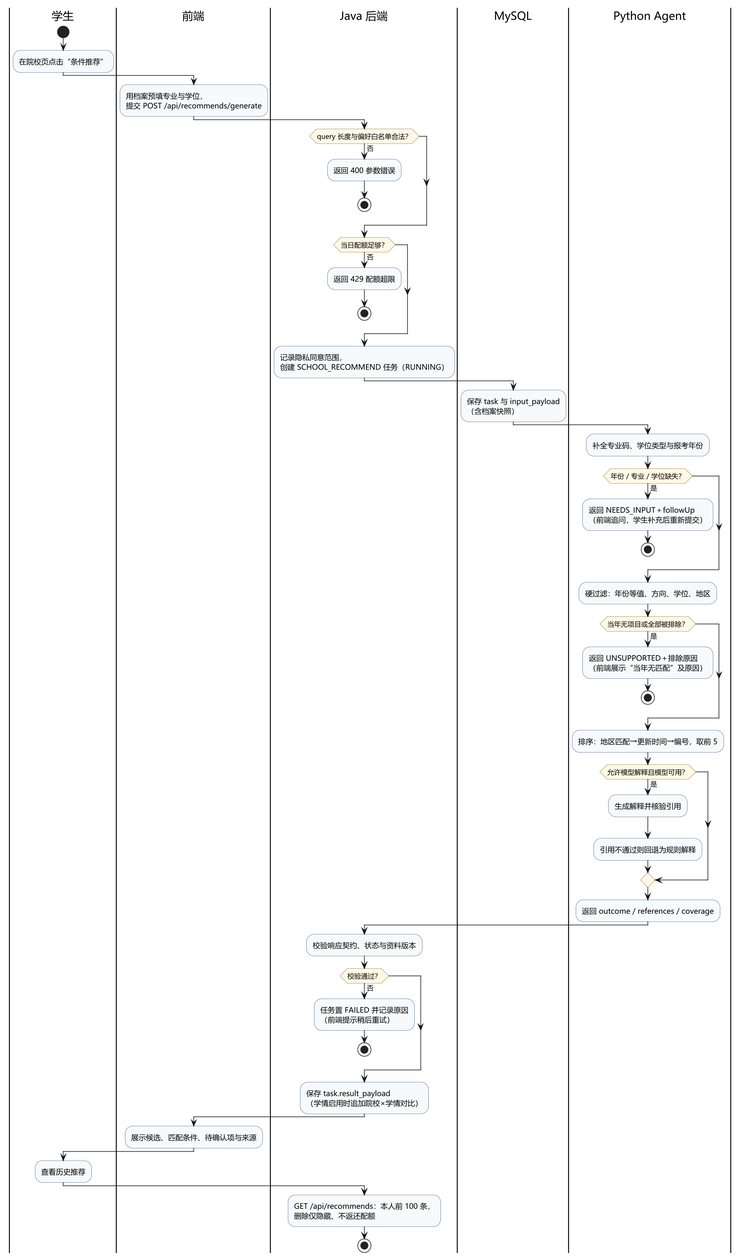
5-bin/kaoyan-agent-platform keeps this PlantUML diagram as docs/coursework-02/system/uml/export/T04-06_院校推荐活动图.png. Above is the earlier version.
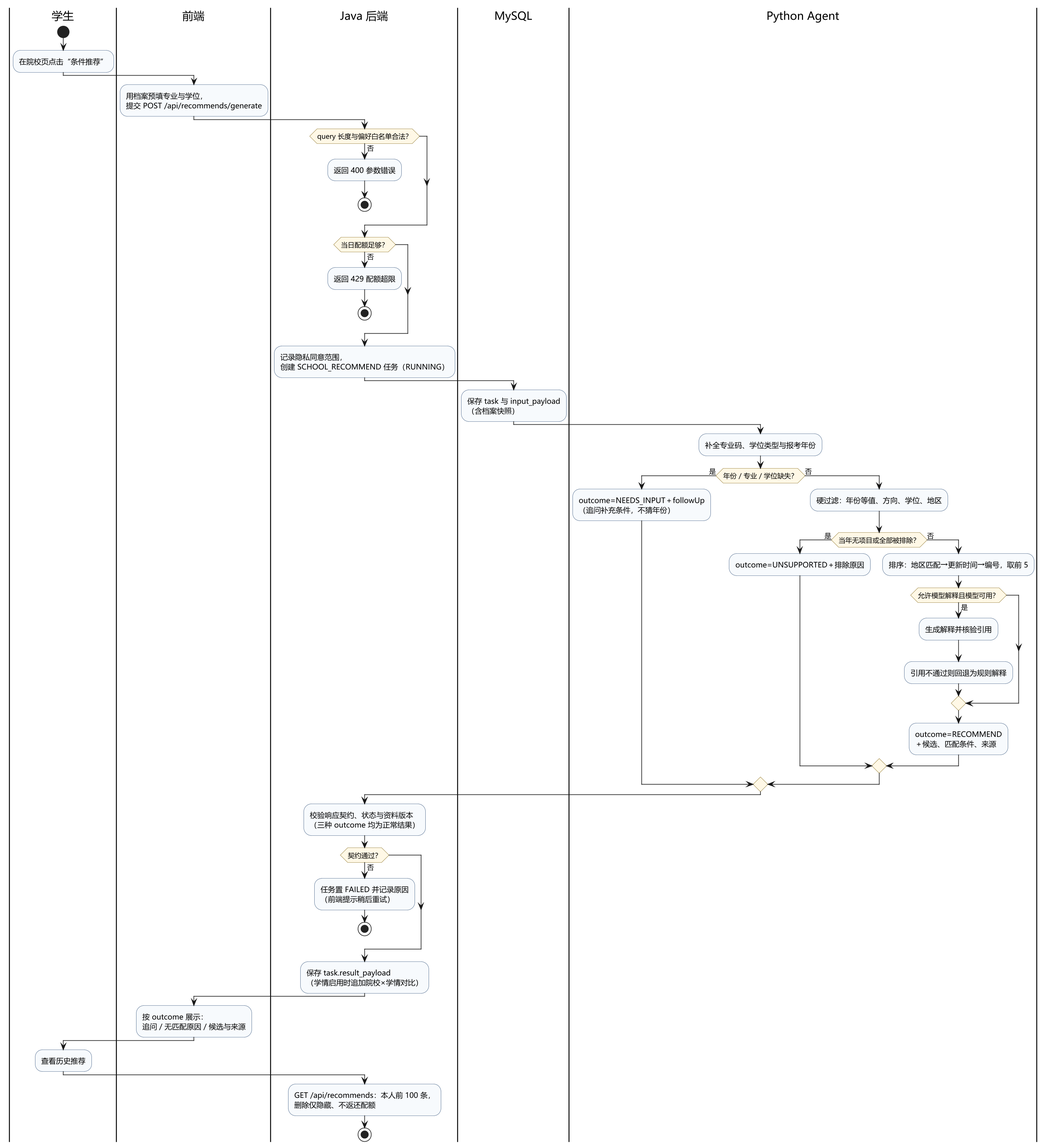
The same file after the commit.

What changed in the source:
```diff
@@ -27,29 +27,29 @@
 |Python Agent|
 :补全专业码、学位类型与报考年份;
 if (年份／专业／学位缺失？) then (是)
-  :返回 NEEDS_INPUT＋followUp\n（前端追问，学生补充后重新提交）;
-  stop
+  :outcome=NEEDS_INPUT＋followUp\n（追问补充条件，不猜年份）;
+else (否)
+  :硬过滤：年份等值、方向、学位、地区;
+  if (当年无项目或全部被排除？) then (是)
+    :outcome=UNSUPPORTED＋排除原因;
+  else (否)
+    :排序：地区匹配→更新时间→编号，取前 5;
+    if (允许模型解释且模型可用？) then (是)
+      :生成解释并核验引用;
+      :引用不通过则回退为规则解释;
+    endif
+    :outcome=RECOMMEND\n＋候选、匹配条件、来源;
+  endif
 endif
-:硬过滤：年份等值、方向、学位、地区;
-if (当年无项目或全部被排除？) then (是)
-  :返回 UNSUPPORTED＋排除原因\n（前端展示“当年无匹配”及原因）;
-  stop
-endif
-:排序：地区匹配→更新时间→编号，取前 5;
-if (允许模型解释且模型可用？) then (是)
-  :生成解释并核验引用;
-  :引用不通过则回退为规则解释;
-endif
-:返回 outcome／references／coverage;
 |Java 后端|
-:校验响应契约、状态与资料版本;
-if (校验通过？) then (否)
+:校验响应契约、状态与资料版本\n（三种 outcome 均为正常结果）;
+if (契约通过？) then (否)
   :任务置 FAILED 并记录原因\n（前端提示稍后重试）;
   stop
 endif
 :保存 task.result_payload\n（学情启用时追加院校×学情对比）;
 |前端|
-:展示候选、匹配条件、待确认项与来源;
+:按 outcome 展示：\n追问／无匹配原因／候选与来源;
 |学生|
 :查看历史推荐;
 |Java 后端|
```
